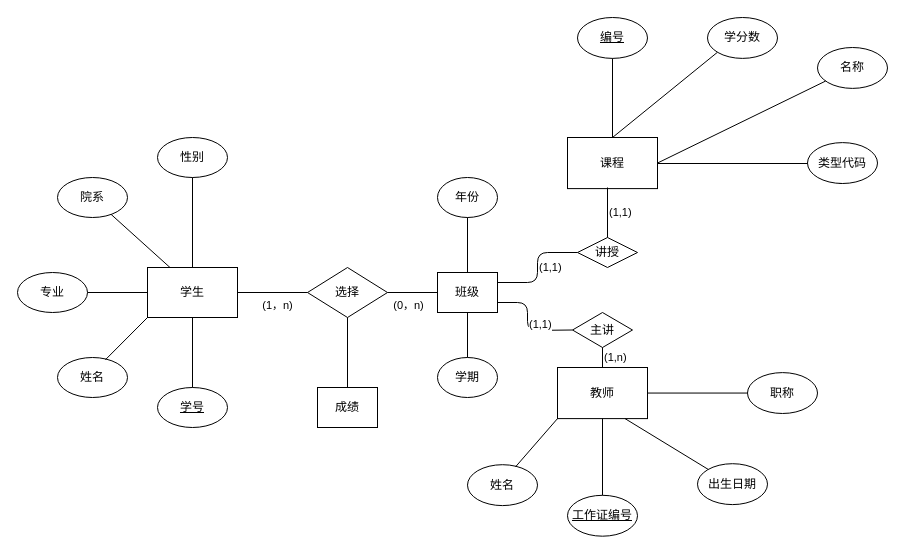
The draw.io diagram Untitled Diagram.drawio in Heuingmin/UML, before the edit. Source tidied: cells renumbered, new cells numbered last; positions are measured from the earlier drawing's top-left corner, leaving out a move shared by most shapes. Both pictures are drawn from the tidied source at 100%, with x=0, y=0 at pixel (17, 17).
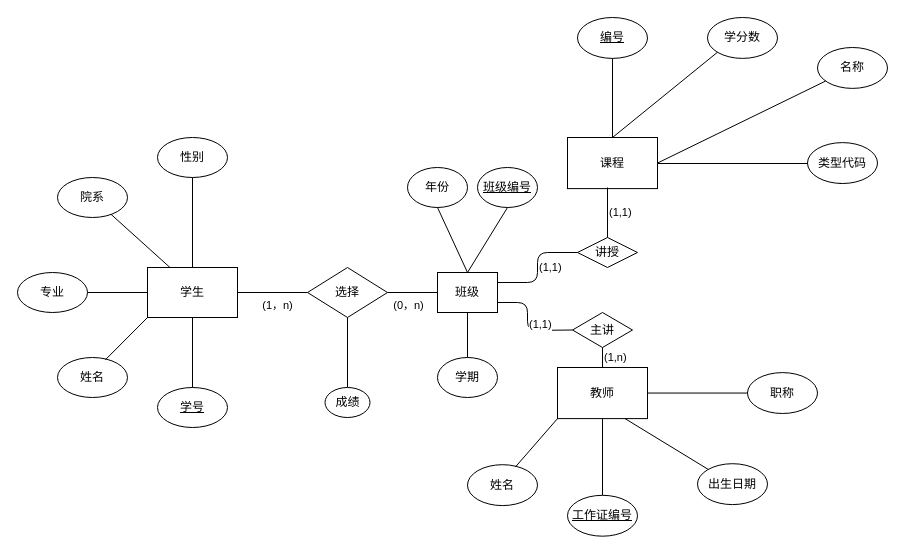
The same page after the edit.

Unchanged cells that the change refers to:
```xml
<mxCell id="14" value="选择" style="rhombus;whiteSpace=wrap;html=1;" parent="1" vertex="1">
  <mxGeometry x="290" y="250" width="80" height="50" as="geometry" />
</mxCell>
```

What changed in the source:
```diff
@@
     <mxCell id="28" value="年份" style="ellipse;whiteSpace=wrap;html=1;rounded=0;sketch=0;" parent="1" vertex="1">
-      <mxGeometry x="420" y="160" width="60" height="40" as="geometry" />
+      <mxGeometry x="390" y="150" width="60" height="40" as="geometry" />
     </mxCell>
@@
-    <mxCell id="32" value="成绩" style="rounded=0;whiteSpace=wrap;html=1;sketch=0;" parent="1" vertex="1">
-      <mxGeometry x="300" y="370" width="60" height="40" as="geometry" />
-    </mxCell>
-    <mxCell id="33" style="endArrow=none;html=1;align=left;exitX=0.5;exitY=0;exitDx=0;exitDy=0;entryX=0.5;entryY=1;entryDx=0;entryDy=0;" parent="1" edge="1" source="32" target="14">
-      <mxGeometry relative="1" as="geometry" />
+    <mxCell id="33" style="endArrow=none;html=1;align=left;exitX=0.5;exitY=0;exitDx=0;exitDy=0;entryX=0.5;entryY=1;entryDx=0;entryDy=0;" parent="1" edge="1" target="14">
+      <mxGeometry relative="1" as="geometry">
+        <mxPoint x="330" y="370" as="sourcePoint" />
+      </mxGeometry>
     </mxCell>
@@
+    <mxCell id="32" value="成绩" style="ellipse;whiteSpace=wrap;html=1;rounded=0;sketch=0;" parent="1" vertex="1">
+      <mxGeometry x="307.5" y="370" width="45" height="30" as="geometry" />
+    </mxCell>
+    <mxCell id="51" value="&lt;u&gt;班级编号&lt;/u&gt;" style="ellipse;whiteSpace=wrap;html=1;rounded=0;sketch=0;" parent="1" vertex="1">
+      <mxGeometry x="460" y="150" width="60" height="40" as="geometry" />
+    </mxCell>
+    <mxCell id="52" style="endArrow=none;html=1;align=left;entryX=0.5;entryY=1;entryDx=0;entryDy=0;" parent="1" edge="1" target="51">
+      <mxGeometry relative="1" as="geometry">
+        <mxPoint x="450" y="255" as="sourcePoint" />
+      </mxGeometry>
+    </mxCell>
```
